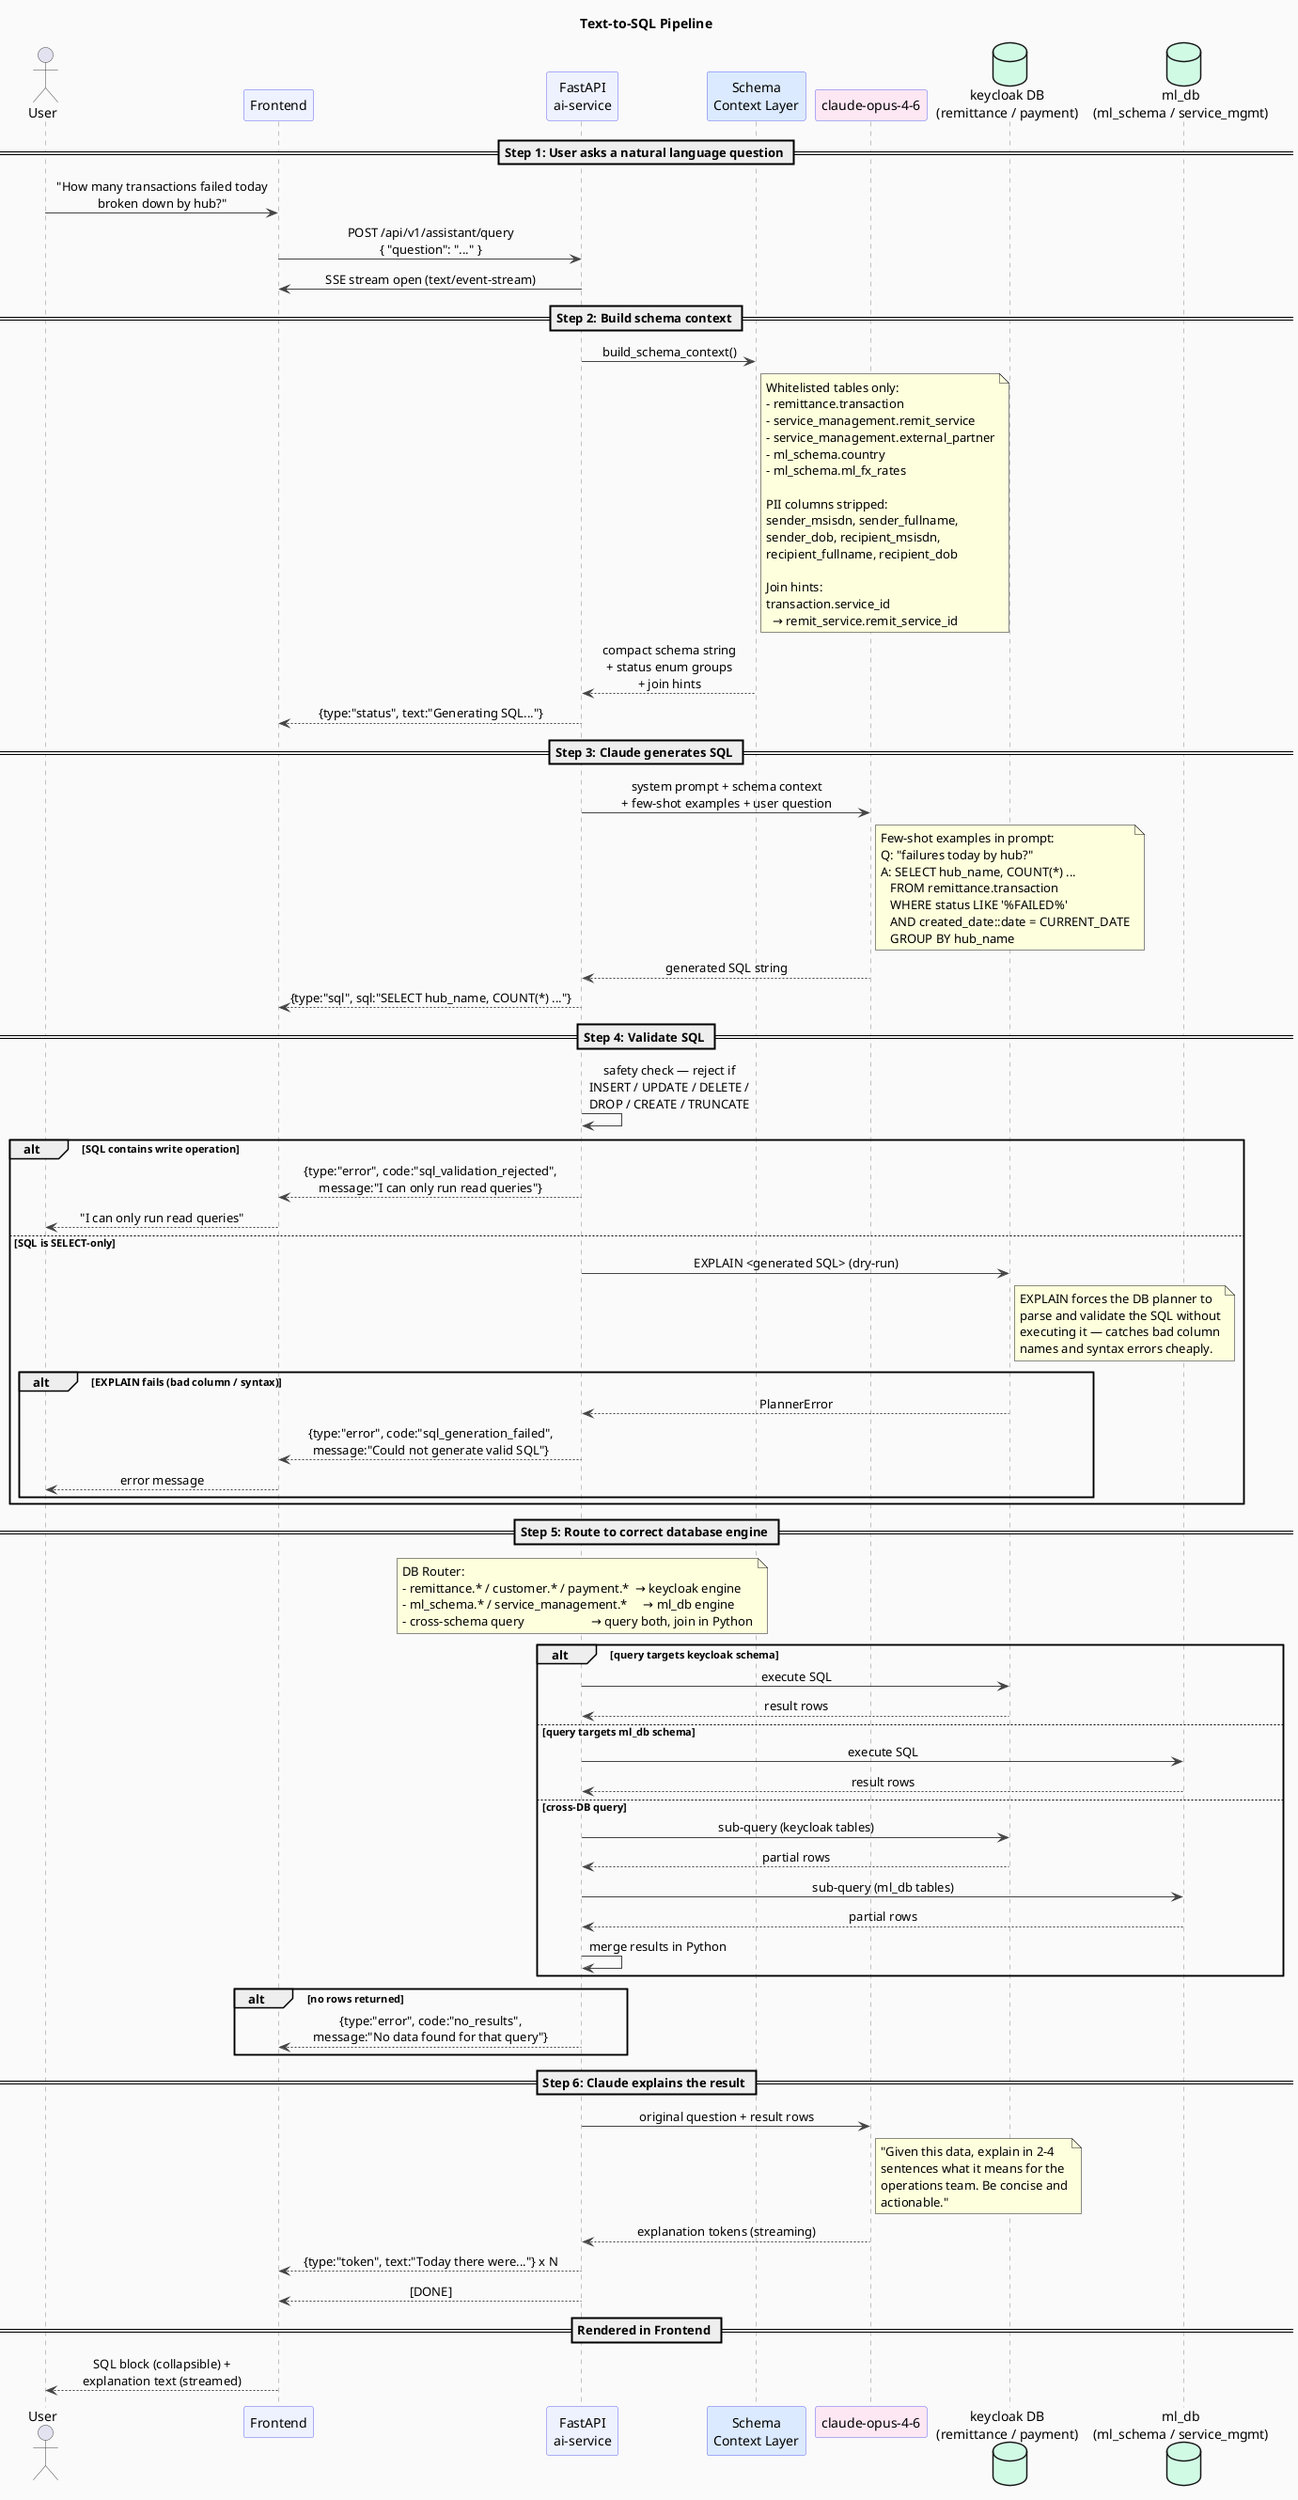
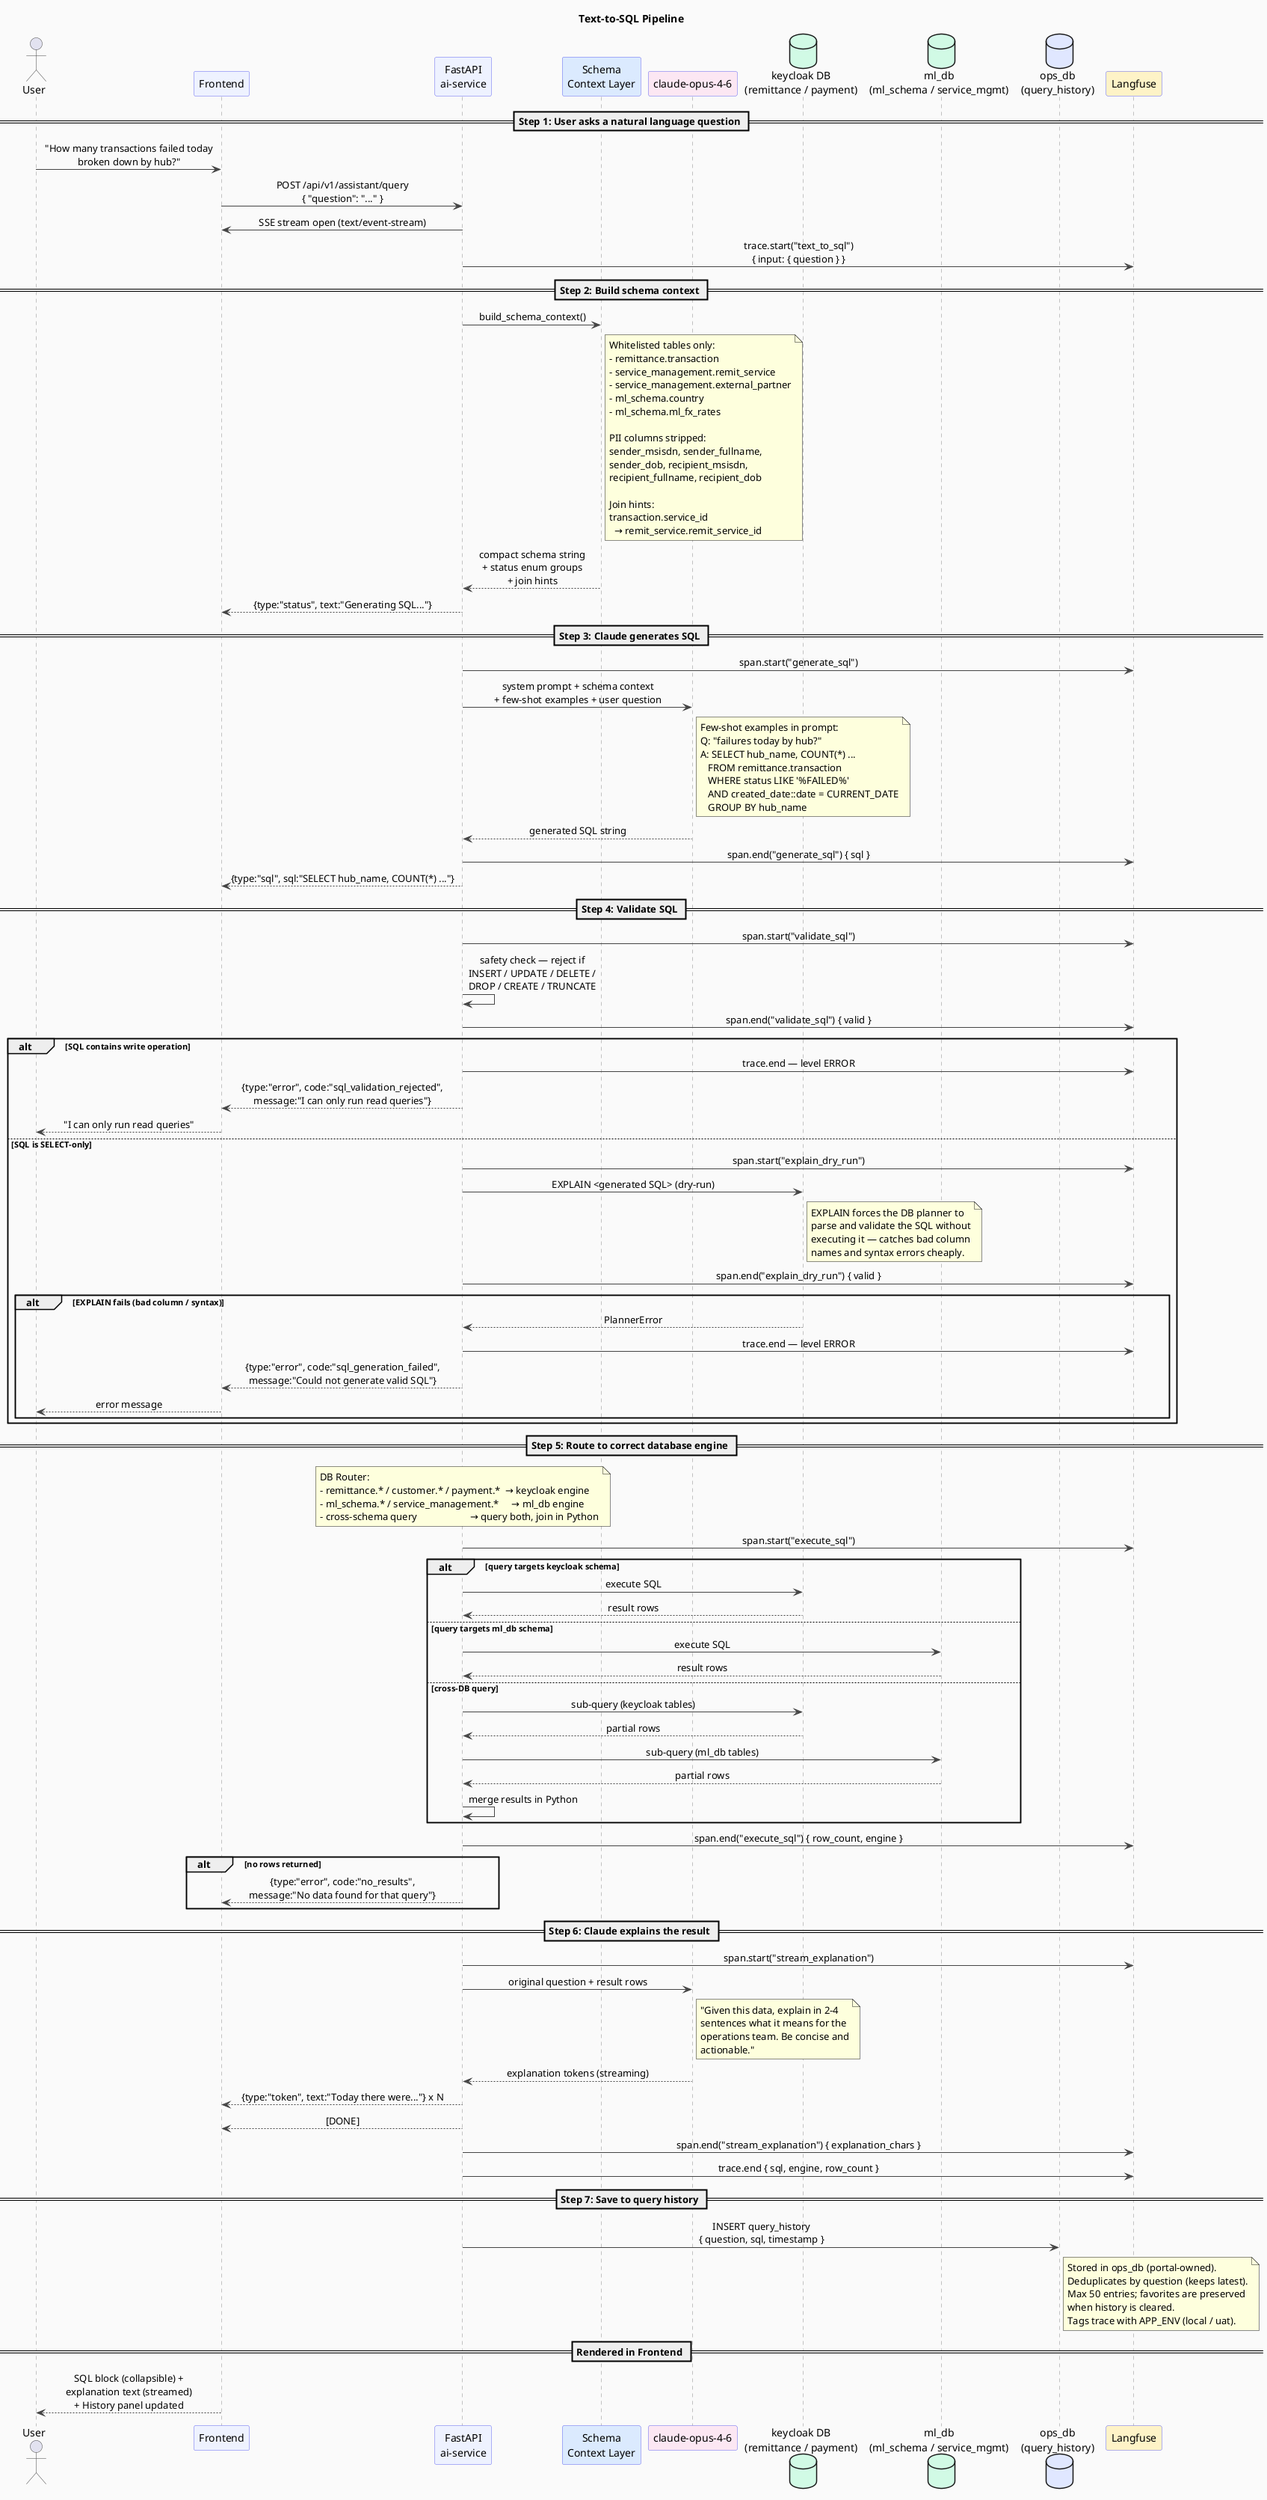
@startuml text-to-sql-flow
title Text-to-SQL Pipeline

skinparam sequenceMessageAlign center
skinparam responseMessageBelowArrow true
skinparam backgroundColor #FAFAFA
skinparam sequence {
    ArrowColor #444
    ActorBorderColor #444
    LifeLineBorderColor #888
    ParticipantBackgroundColor #EEF2FF
    ParticipantBorderColor #6366F1
    BoxBackgroundColor #F0F4FF
    BoxBorderColor #C7D2FE
    NoteBackgroundColor #FEF9C3
    NoteBorderColor #EAB308
}

actor       User          as U
participant "Frontend"    as FE  #EEF2FF
participant "FastAPI\nai-service" as API #EEF2FF
participant "Schema\nContext Layer"  as SCL #DBEAFE
participant "claude-opus-4-6"        as LLM #FCE7F3
database    "keycloak DB\n(remittance / payment)" as KDB #D1FAE5
database    "ml_db\n(ml_schema / service_mgmt)"   as MDB #D1FAE5
+ database    "ops_db\n(query_history)"              as ODB #E0E7FF
+ participant "Langfuse"    as LF  #FEF3C7

== Step 1: User asks a natural language question ==

U   ->  FE  : "How many transactions failed today\nbroken down by hub?"
FE  ->  API : POST /api/v1/assistant/query\n{ "question": "..." }
API ->  FE  : SSE stream open (text/event-stream)
+ API ->  LF  : trace.start("text_to_sql")\n{ input: { question } }

== Step 2: Build schema context ==

API ->  SCL : build_schema_context()
note right of SCL
  Whitelisted tables only:
  - remittance.transaction
  - service_management.remit_service
  - service_management.external_partner
  - ml_schema.country
  - ml_schema.ml_fx_rates

  PII columns stripped:
  sender_msisdn, sender_fullname,
  sender_dob, recipient_msisdn,
  recipient_fullname, recipient_dob

  Join hints:
  transaction.service_id
    → remit_service.remit_service_id
end note
SCL --> API : compact schema string\n+ status enum groups\n+ join hints

API --> FE  : {type:"status", text:"Generating SQL..."}

== Step 3: Claude generates SQL ==

+ API ->  LF  : span.start("generate_sql")
API ->  LLM : system prompt + schema context\n+ few-shot examples + user question
note right of LLM
  Few-shot examples in prompt:
  Q: "failures today by hub?"
  A: SELECT hub_name, COUNT(*) ...
     FROM remittance.transaction
     WHERE status LIKE '%FAILED%'
     AND created_date::date = CURRENT_DATE
     GROUP BY hub_name
end note
LLM --> API : generated SQL string
+ API ->  LF  : span.end("generate_sql") { sql }

API --> FE  : {type:"sql", sql:"SELECT hub_name, COUNT(*) ..."}

== Step 4: Validate SQL ==

+ API ->  LF  : span.start("validate_sql")
API ->  API : safety check — reject if\nINSERT / UPDATE / DELETE /\nDROP / CREATE / TRUNCATE
+ API ->  LF  : span.end("validate_sql") { valid }

alt SQL contains write operation
+     API ->  LF  : trace.end — level ERROR
    API --> FE : {type:"error", code:"sql_validation_rejected",\nmessage:"I can only run read queries"}
    FE  --> U  : "I can only run read queries"
else SQL is SELECT-only
+     API ->  LF  : span.start("explain_dry_run")
    API ->  KDB : EXPLAIN <generated SQL> (dry-run)
    note right of KDB
      EXPLAIN forces the DB planner to
      parse and validate the SQL without
      executing it — catches bad column
      names and syntax errors cheaply.
    end note
+     API ->  LF  : span.end("explain_dry_run") { valid }
    alt EXPLAIN fails (bad column / syntax)
        KDB --> API : PlannerError
+         API ->  LF  : trace.end — level ERROR
        API --> FE  : {type:"error", code:"sql_generation_failed",\nmessage:"Could not generate valid SQL"}
        FE  --> U   : error message
    end
end

== Step 5: Route to correct database engine ==

note over API
  DB Router:
  - remittance.* / customer.* / payment.*  → keycloak engine
  - ml_schema.* / service_management.*     → ml_db engine
  - cross-schema query                     → query both, join in Python
end note

+ API ->  LF  : span.start("execute_sql")
alt query targets keycloak schema
    API ->  KDB : execute SQL
    KDB --> API : result rows
else query targets ml_db schema
    API ->  MDB : execute SQL
    MDB --> API : result rows
else cross-DB query
    API ->  KDB : sub-query (keycloak tables)
    KDB --> API : partial rows
    API ->  MDB : sub-query (ml_db tables)
    MDB --> API : partial rows
    API ->  API : merge results in Python
end
+ API ->  LF  : span.end("execute_sql") { row_count, engine }

alt no rows returned
    API --> FE : {type:"error", code:"no_results",\nmessage:"No data found for that query"}
end

== Step 6: Claude explains the result ==

+ API ->  LF  : span.start("stream_explanation")
API ->  LLM : original question + result rows
note right of LLM
  "Given this data, explain in 2-4
  sentences what it means for the
  operations team. Be concise and
  actionable."
end note

LLM --> API : explanation tokens (streaming)
API --> FE  : {type:"token", text:"Today there were..."} x N
API --> FE  : [DONE]
+ API ->  LF  : span.end("stream_explanation") { explanation_chars }
+ API ->  LF  : trace.end { sql, engine, row_count }
+ 
+ == Step 7: Save to query history ==
+ 
+ API ->  ODB : INSERT query_history\n{ question, sql, timestamp }
+ note right of ODB
+   Stored in ops_db (portal-owned).
+   Deduplicates by question (keeps latest).
+   Max 50 entries; favorites are preserved
+   when history is cleared.
+   Tags trace with APP_ENV (local / uat).
+ end note

== Rendered in Frontend ==

- FE  --> U   : SQL block (collapsible) +\nexplanation text (streamed)
+ FE  --> U   : SQL block (collapsible) +\nexplanation text (streamed)\n+ History panel updated

@enduml
